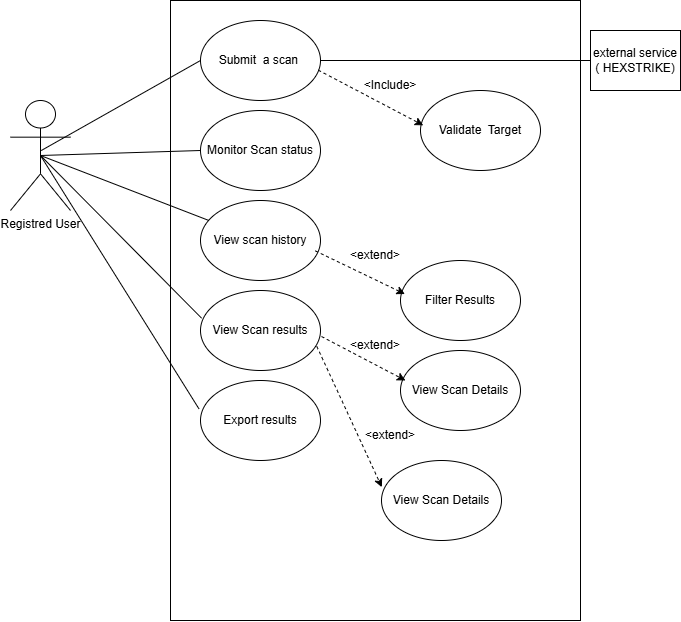
Earlier version of the draw.io export uploads/diagrams/sprint2 usecas.drawio.png (guizanimohamed23/report). Source tidied: cells renumbered, new cells last; positions are measured from the earlier drawing's top-left corner, leaving out a move shared by most shapes.
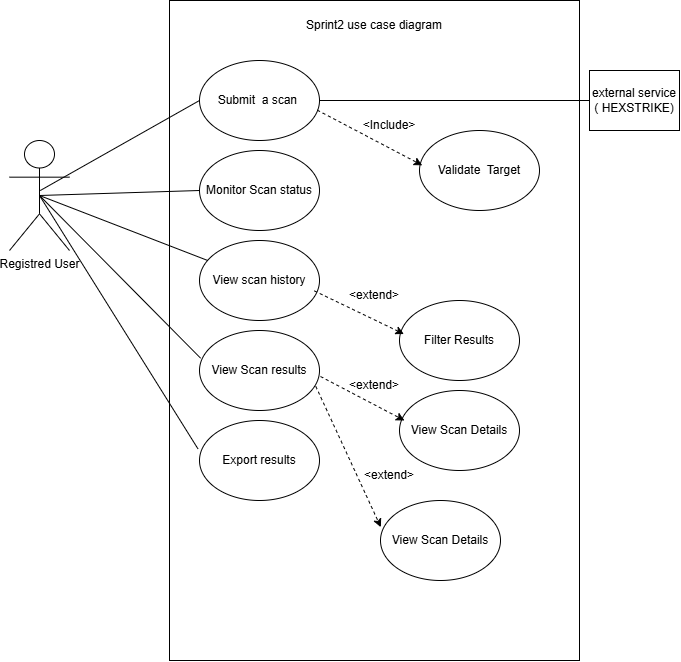
After the change.

What changed in the source:
```diff
@@ -3,7 +3,7 @@
     <mxCell id="0" />
     <mxCell id="1" parent="0" />
     <mxCell id="2" style="rounded=0;whiteSpace=wrap;html=1;" parent="1" vertex="1">
-      <mxGeometry x="160" width="410" height="620" as="geometry" />
+      <mxGeometry x="160" y="-40" width="410" height="660" as="geometry" />
     </mxCell>
     <mxCell id="3" value="Registred User" style="shape=umlActor;verticalLabelPosition=bottom;verticalAlign=top;html=1;outlineConnect=0;" parent="1" vertex="1">
       <mxGeometry y="100" width="60" height="110" as="geometry" />
@@ -83,5 +83,8 @@
     <mxCell id="27" value="&amp;lt;extend&amp;gt;" style="text;html=1;align=center;verticalAlign=middle;whiteSpace=wrap;rounded=0;" parent="1" vertex="1">
       <mxGeometry x="350" y="420" width="60" height="30" as="geometry" />
     </mxCell>
+    <mxCell id="28" value="Sprint2 use case diagram" style="text;html=1;align=center;verticalAlign=middle;whiteSpace=wrap;rounded=0;" parent="1" vertex="1">
+      <mxGeometry x="290" y="-30" width="150" height="30" as="geometry" />
+    </mxCell>
   </root>
 </mxGraphModel>
```
